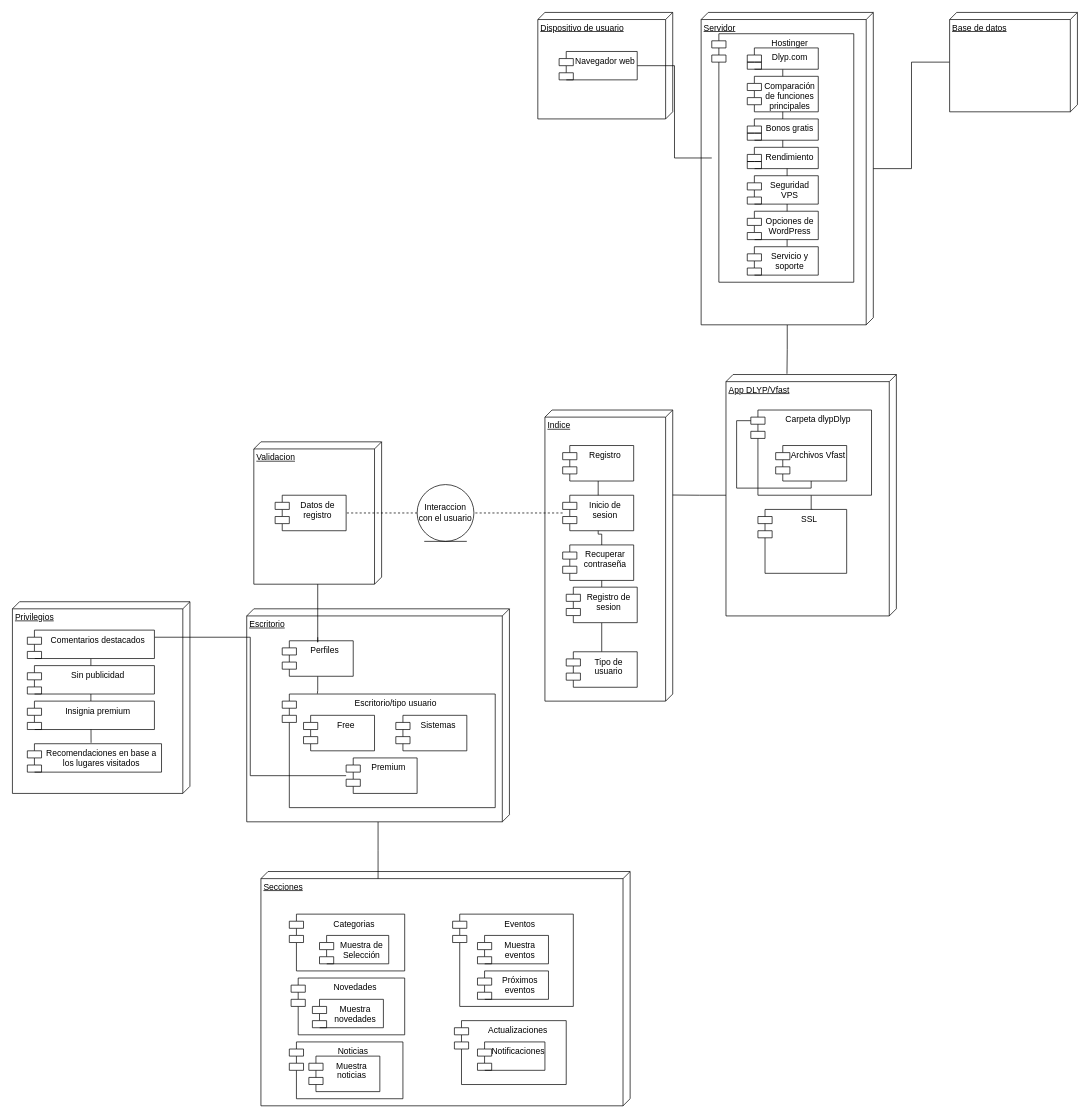
Earlier version of the draw.io diagram Diagrama sin título.drawio (JlchavezG/DlypMaster). Source tidied: cells renumbered, new cells numbered last; positions are measured from the earlier drawing's top-left corner, leaving out a move shared by most shapes. Both pictures are drawn from the tidied source at 71%, with x=0, y=0 at pixel (12, 12).
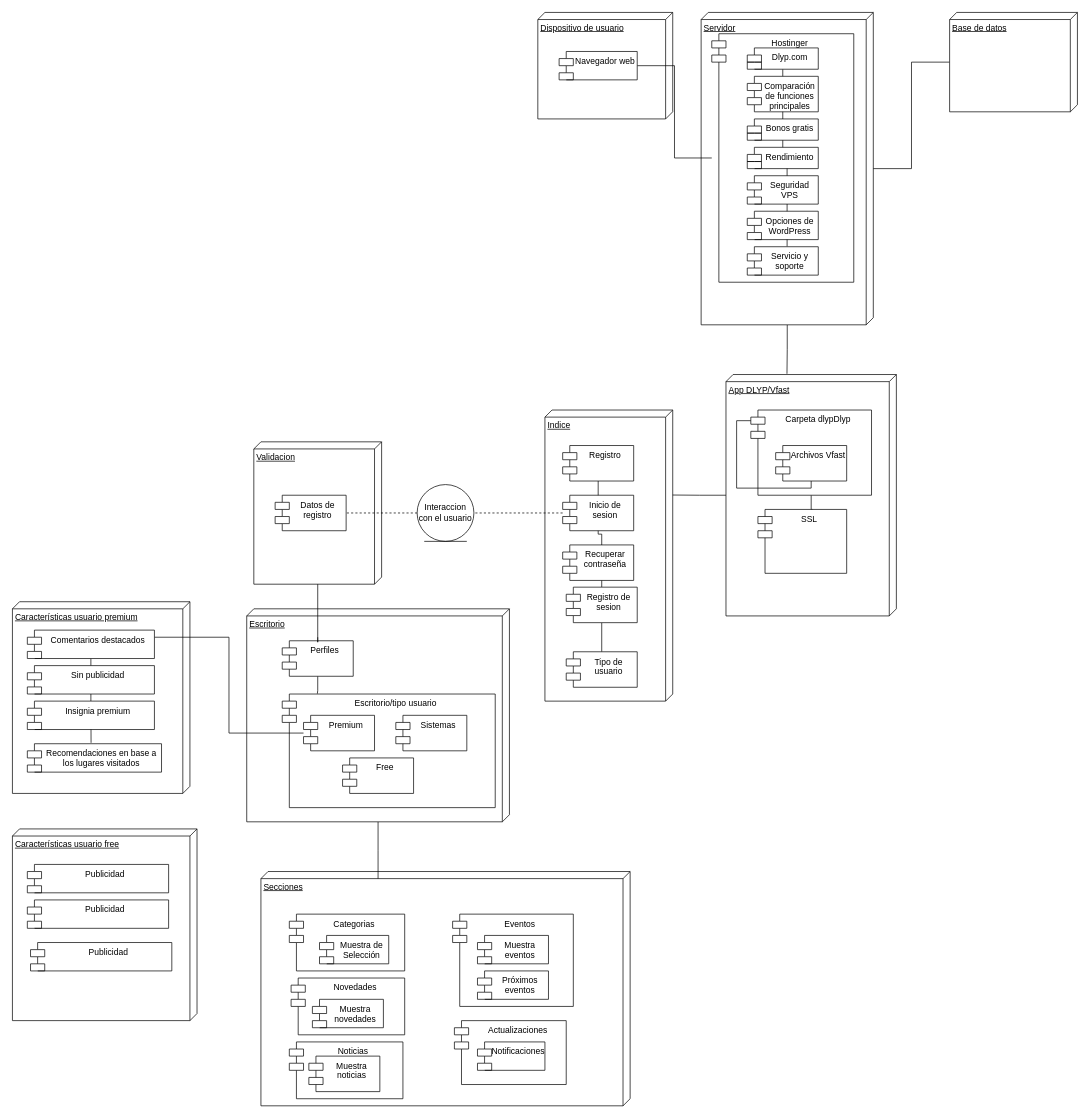
Above is the later version.

Diff of the diagram source:
```diff
@@
-    <mxCell id="2" value="Privilegios" style="verticalAlign=top;align=left;spacingTop=8;spacingLeft=2;spacingRight=12;shape=cube;size=10;direction=south;fontStyle=4;html=1;whiteSpace=wrap;" parent="1" vertex="1">
+    <mxCell id="2" value="Características usuario premium" style="verticalAlign=top;align=left;spacingTop=8;spacingLeft=2;spacingRight=12;shape=cube;size=10;direction=south;fontStyle=4;html=1;whiteSpace=wrap;" parent="1" vertex="1">
       <mxGeometry y="830" width="250" height="270" as="geometry" />
     </mxCell>
@@
     <mxCell id="46" value="Free" style="shape=module;align=left;spacingLeft=20;align=center;verticalAlign=top;whiteSpace=wrap;html=1;" parent="1" vertex="1">
-      <mxGeometry x="410" y="990" width="100" height="50" as="geometry" />
+      <mxGeometry x="465" y="1050" width="100" height="50" as="geometry" />
     </mxCell>
@@
     <mxCell id="48" value="Premium" style="shape=module;align=left;spacingLeft=20;align=center;verticalAlign=top;whiteSpace=wrap;html=1;" parent="1" vertex="1">
-      <mxGeometry x="470" y="1050" width="100" height="50" as="geometry" />
+      <mxGeometry x="410" y="990" width="100" height="50" as="geometry" />
     </mxCell>
@@
+    <mxCell id="66" value="Características usuario free" style="verticalAlign=top;align=left;spacingTop=8;spacingLeft=2;spacingRight=12;shape=cube;size=10;direction=south;fontStyle=4;html=1;whiteSpace=wrap;" parent="1" vertex="1">
+      <mxGeometry y="1150" width="260" height="270" as="geometry" />
+    </mxCell>
+    <mxCell id="67" value="Publicidad" style="shape=module;align=left;spacingLeft=20;align=center;verticalAlign=top;whiteSpace=wrap;html=1;" parent="1" vertex="1">
+      <mxGeometry x="21" y="1200" width="199" height="40" as="geometry" />
+    </mxCell>
+    <mxCell id="68" value="Publicidad" style="shape=module;align=left;spacingLeft=20;align=center;verticalAlign=top;whiteSpace=wrap;html=1;" parent="1" vertex="1">
+      <mxGeometry x="21" y="1250" width="199" height="40" as="geometry" />
+    </mxCell>
+    <mxCell id="69" value="Publicidad" style="shape=module;align=left;spacingLeft=20;align=center;verticalAlign=top;whiteSpace=wrap;html=1;" parent="1" vertex="1">
+      <mxGeometry x="25.5" y="1310" width="199" height="40" as="geometry" />
+    </mxCell>
```
